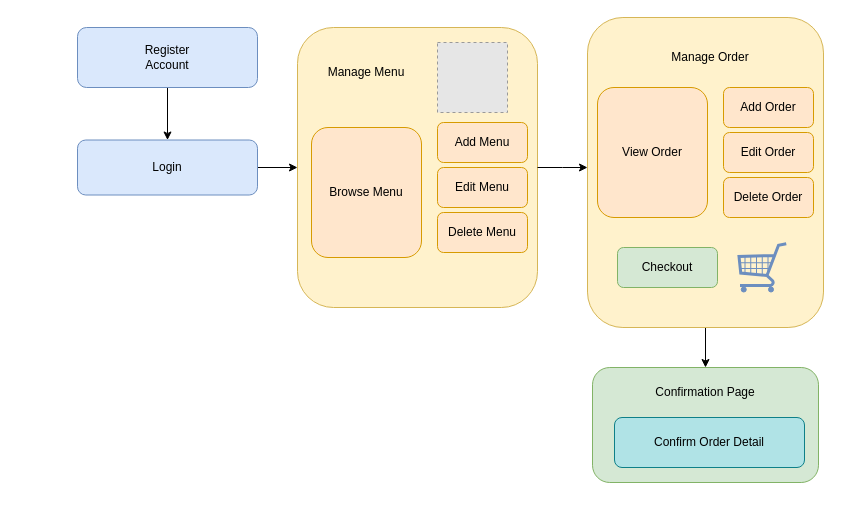
Before: page "Business Process Flow" (1 of 2) of Chicken.drawio in swara731/Uml-Diagrams, a draw.io diagram. Source tidied: cells renumbered, new cells numbered last; positions are measured from the earlier drawing's top-left corner, leaving out a move shared by most shapes. Both pictures are drawn from the tidied source at 100%, with x=0, y=0 at pixel (77, 17). Pictures stored in the file or linked from it are replaced by grey dashed boxes.
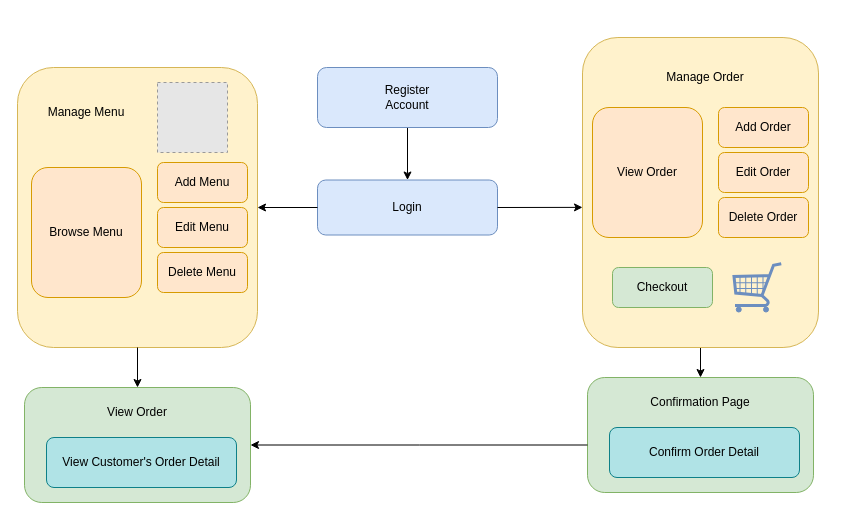
After the change.

Change to the diagram source:
```diff
@@
-    <mxCell id="2" style="edgeStyle=orthogonalEdgeStyle;rounded=0;jettySize=auto;html=1;entryX=0;entryY=0.5;entryDx=0;entryDy=0;" parent="1" edge="1" source="3" target="8">
-      <mxGeometry relative="1" as="geometry" />
-    </mxCell>
-    <mxCell id="3" style="rounded=1;whiteSpace=wrap;html=1;fillColor=#dae8fc;strokeColor=#6c8ebf;" parent="1" vertex="1">
-      <mxGeometry y="122.5" width="180" height="55" as="geometry" />
-    </mxCell>
-    <mxCell id="4" value="Login" style="text;html=1;strokeColor=none;fillColor=none;align=center;verticalAlign=middle;whiteSpace=wrap;rounded=0;" parent="1" vertex="1">
-      <mxGeometry x="60" y="135" width="60" height="30" as="geometry" />
-    </mxCell>
@@
-    <mxCell id="6" style="rounded=1;whiteSpace=wrap;html=1;fillColor=#dae8fc;strokeColor=#6c8ebf;" parent="1" vertex="1">
-      <mxGeometry y="10" width="180" height="60" as="geometry" />
-    </mxCell>
-    <mxCell id="7" value="Register Account" style="text;html=1;strokeColor=none;fillColor=none;align=center;verticalAlign=middle;whiteSpace=wrap;rounded=0;" parent="1" vertex="1">
-      <mxGeometry x="60" y="25" width="60" height="30" as="geometry" />
-    </mxCell>
-    <mxCell id="8" style="rounded=1;whiteSpace=wrap;html=1;fillColor=#fff2cc;strokeColor=#d6b656;" parent="1" vertex="1">
-      <mxGeometry x="220" y="10" width="240" height="280" as="geometry" />
-    </mxCell>
-    <mxCell id="9" value="Manage Menu" style="text;html=1;strokeColor=none;fillColor=none;align=center;verticalAlign=middle;whiteSpace=wrap;rounded=0;" parent="1" vertex="1">
-      <mxGeometry x="247" y="40" width="84" height="30" as="geometry" />
-    </mxCell>
@@
+    <mxCell id="29" style="group;" parent="1" vertex="1">
+      <mxGeometry x="510" y="360" width="226" height="115" as="geometry" />
+    </mxCell>
+    <mxCell id="26" style="rounded=1;whiteSpace=wrap;html=1;fillColor=#d5e8d4;strokeColor=#82b366;" parent="29" vertex="1">
+      <mxGeometry width="226" height="115" as="geometry" />
+    </mxCell>
+    <mxCell id="27" value="Confirmation Page" style="text;html=1;strokeColor=none;fillColor=none;align=center;verticalAlign=middle;whiteSpace=wrap;rounded=0;" parent="29" vertex="1">
+      <mxGeometry x="56" y="10" width="114" height="30" as="geometry" />
+    </mxCell>
+    <mxCell id="28" value="Confirm Order Detail" style="rounded=1;whiteSpace=wrap;html=1;fillColor=#b0e3e6;strokeColor=#0e8088;" parent="29" vertex="1">
+      <mxGeometry x="22" y="50" width="190" height="50" as="geometry" />
+    </mxCell>
+    <mxCell id="30" style="group;" parent="1" vertex="1">
+      <mxGeometry x="505" y="20" width="236" height="310" as="geometry" />
+    </mxCell>
-    <mxCell id="11" style="rounded=1;whiteSpace=wrap;html=1;fillColor=#fff2cc;strokeColor=#d6b656;" parent="1" vertex="1">
-      <mxGeometry x="510" width="236" height="310" as="geometry" />
+    <mxCell id="11" style="rounded=1;whiteSpace=wrap;html=1;fillColor=#fff2cc;strokeColor=#d6b656;" parent="30" vertex="1">
+      <mxGeometry width="236" height="310" as="geometry" />
     </mxCell>
-    <mxCell id="12" value="Manage Order" style="text;html=1;strokeColor=none;fillColor=none;align=center;verticalAlign=middle;whiteSpace=wrap;rounded=0;" parent="1" vertex="1">
-      <mxGeometry x="590" y="25" width="86" height="30" as="geometry" />
+    <mxCell id="12" value="Manage Order" style="text;html=1;strokeColor=none;fillColor=none;align=center;verticalAlign=middle;whiteSpace=wrap;rounded=0;" parent="30" vertex="1">
+      <mxGeometry x="80" y="25" width="86" height="30" as="geometry" />
     </mxCell>
-    <mxCell id="13" value="Browse Menu" style="rounded=1;whiteSpace=wrap;html=1;fillColor=#ffe6cc;strokeColor=#d79b00;" parent="1" vertex="1">
-      <mxGeometry x="234" y="110" width="110" height="130" as="geometry" />
-    </mxCell>
-    <mxCell id="14" value="Add Menu" style="rounded=1;whiteSpace=wrap;html=1;fillColor=#ffe6cc;strokeColor=#d79b00;" parent="1" vertex="1">
-      <mxGeometry x="360" y="105" width="90" height="40" as="geometry" />
-    </mxCell>
-    <mxCell id="15" value="Edit Menu" style="rounded=1;whiteSpace=wrap;html=1;fillColor=#ffe6cc;strokeColor=#d79b00;" parent="1" vertex="1">
-      <mxGeometry x="360" y="150" width="90" height="40" as="geometry" />
-    </mxCell>
-    <mxCell id="16" value="Delete Menu" style="rounded=1;whiteSpace=wrap;html=1;fillColor=#ffe6cc;strokeColor=#d79b00;" parent="1" vertex="1">
-      <mxGeometry x="360" y="195" width="90" height="40" as="geometry" />
-    </mxCell>
-    <mxCell id="17" value="View Order" style="rounded=1;whiteSpace=wrap;html=1;fillColor=#ffe6cc;strokeColor=#d79b00;" parent="1" vertex="1">
-      <mxGeometry x="520" y="70" width="110" height="130" as="geometry" />
+    <mxCell id="17" value="View Order" style="rounded=1;whiteSpace=wrap;html=1;fillColor=#ffe6cc;strokeColor=#d79b00;" parent="30" vertex="1">
+      <mxGeometry x="10" y="70" width="110" height="130" as="geometry" />
     </mxCell>
-    <mxCell id="18" value="Add Order" style="rounded=1;whiteSpace=wrap;html=1;fillColor=#ffe6cc;strokeColor=#d79b00;" parent="1" vertex="1">
-      <mxGeometry x="646" y="70" width="90" height="40" as="geometry" />
+    <mxCell id="18" value="Add Order" style="rounded=1;whiteSpace=wrap;html=1;fillColor=#ffe6cc;strokeColor=#d79b00;" parent="30" vertex="1">
+      <mxGeometry x="136" y="70" width="90" height="40" as="geometry" />
     </mxCell>
-    <mxCell id="19" value="Edit Order" style="rounded=1;whiteSpace=wrap;html=1;fillColor=#ffe6cc;strokeColor=#d79b00;" parent="1" vertex="1">
-      <mxGeometry x="646" y="115" width="90" height="40" as="geometry" />
+    <mxCell id="19" value="Edit Order" style="rounded=1;whiteSpace=wrap;html=1;fillColor=#ffe6cc;strokeColor=#d79b00;" parent="30" vertex="1">
+      <mxGeometry x="136" y="115" width="90" height="40" as="geometry" />
     </mxCell>
-    <mxCell id="20" value="Delete Order" style="rounded=1;whiteSpace=wrap;html=1;fillColor=#ffe6cc;strokeColor=#d79b00;" parent="1" vertex="1">
-      <mxGeometry x="646" y="160" width="90" height="40" as="geometry" />
+    <mxCell id="20" value="Delete Order" style="rounded=1;whiteSpace=wrap;html=1;fillColor=#ffe6cc;strokeColor=#d79b00;" parent="30" vertex="1">
+      <mxGeometry x="136" y="160" width="90" height="40" as="geometry" />
     </mxCell>
-    <mxCell id="21" value="Checkout" style="rounded=1;whiteSpace=wrap;html=1;fillColor=#d5e8d4;strokeColor=#82b366;" parent="1" vertex="1">
-      <mxGeometry x="540" y="230" width="100" height="40" as="geometry" />
+    <mxCell id="21" value="Checkout" style="rounded=1;whiteSpace=wrap;html=1;fillColor=#d5e8d4;strokeColor=#82b366;" parent="30" vertex="1">
+      <mxGeometry x="30" y="230" width="100" height="40" as="geometry" />
     </mxCell>
-    <mxCell id="22" style="edgeStyle=orthogonalEdgeStyle;rounded=0;jettySize=auto;html=1;" parent="1" edge="1" source="8">
-      <mxGeometry relative="1" as="geometry">
-        <mxPoint x="510" y="150" as="targetPoint" />
-      </mxGeometry>
-    </mxCell>
-    <mxCell id="23" style="verticalLabelPosition=bottom;shadow=0;dashed=0;align=center;html=1;verticalAlign=top;strokeWidth=1;shape=mxgraph.mockup.misc.shoppingCart;strokeColor=#6c8ebf;fillColor=#dae8fc;" parent="1" vertex="1">
-      <mxGeometry x="660" y="225" width="50" height="50" as="geometry" />
+    <mxCell id="23" style="verticalLabelPosition=bottom;shadow=0;dashed=0;align=center;html=1;verticalAlign=top;strokeWidth=1;shape=mxgraph.mockup.misc.shoppingCart;strokeColor=#6c8ebf;fillColor=#dae8fc;" parent="30" vertex="1">
+      <mxGeometry x="150" y="225" width="50" height="50" as="geometry" />
     </mxCell>
-    <mxCell id="24" style="edgeStyle=orthogonalEdgeStyle;rounded=0;orthogonalLoop=1;jettySize=auto;html=1;exitX=0.5;exitY=1;exitDx=0;exitDy=0;" parent="1" edge="1" source="11" target="11">
+    <mxCell id="24" style="edgeStyle=orthogonalEdgeStyle;rounded=0;orthogonalLoop=1;jettySize=auto;html=1;exitX=0.5;exitY=1;exitDx=0;exitDy=0;" parent="30" edge="1" source="11" target="11">
       <mxGeometry relative="1" as="geometry" />
     </mxCell>
+    <mxCell id="31" style="group;" parent="1" vertex="1">
+      <mxGeometry x="-60" y="50" width="240" height="280" as="geometry" />
+    </mxCell>
+    <mxCell id="8" style="rounded=1;whiteSpace=wrap;html=1;fillColor=#fff2cc;strokeColor=#d6b656;" parent="31" vertex="1">
+      <mxGeometry width="240" height="280" as="geometry" />
+    </mxCell>
+    <mxCell id="9" value="Manage Menu" style="text;html=1;strokeColor=none;fillColor=none;align=center;verticalAlign=middle;whiteSpace=wrap;rounded=0;" parent="31" vertex="1">
+      <mxGeometry x="27" y="30" width="84" height="30" as="geometry" />
+    </mxCell>
+    <mxCell id="13" value="Browse Menu" style="rounded=1;whiteSpace=wrap;html=1;fillColor=#ffe6cc;strokeColor=#d79b00;" parent="31" vertex="1">
+      <mxGeometry x="14" y="100" width="110" height="130" as="geometry" />
+    </mxCell>
+    <mxCell id="14" value="Add Menu" style="rounded=1;whiteSpace=wrap;html=1;fillColor=#ffe6cc;strokeColor=#d79b00;" parent="31" vertex="1">
+      <mxGeometry x="140" y="95" width="90" height="40" as="geometry" />
+    </mxCell>
+    <mxCell id="15" value="Edit Menu" style="rounded=1;whiteSpace=wrap;html=1;fillColor=#ffe6cc;strokeColor=#d79b00;" parent="31" vertex="1">
+      <mxGeometry x="140" y="140" width="90" height="40" as="geometry" />
+    </mxCell>
+    <mxCell id="16" value="Delete Menu" style="rounded=1;whiteSpace=wrap;html=1;fillColor=#ffe6cc;strokeColor=#d79b00;" parent="31" vertex="1">
+      <mxGeometry x="140" y="185" width="90" height="40" as="geometry" />
+    </mxCell>
-    <mxCell id="25" style="fillColor=#E6E6E6;strokeColor=#999999;dashed=1;html=1;verticalAlign=top;verticalLabelPosition=bottom;labelBackgroundColor=#ffffff;" parent="1" vertex="1">
-      <mxGeometry x="360" y="25" width="70" height="70" as="geometry" />
+    <mxCell id="25" style="fillColor=#E6E6E6;strokeColor=#999999;dashed=1;html=1;verticalAlign=top;verticalLabelPosition=bottom;labelBackgroundColor=#ffffff;" parent="31" vertex="1">
+      <mxGeometry x="140" y="15" width="70" height="70" as="geometry" />
     </mxCell>
-    <mxCell id="26" style="rounded=1;whiteSpace=wrap;html=1;fillColor=#d5e8d4;strokeColor=#82b366;" parent="1" vertex="1">
-      <mxGeometry x="515" y="350" width="226" height="115" as="geometry" />
-    </mxCell>
-    <mxCell id="27" value="Confirmation Page" style="text;html=1;strokeColor=none;fillColor=none;align=center;verticalAlign=middle;whiteSpace=wrap;rounded=0;" parent="1" vertex="1">
-      <mxGeometry x="571" y="360" width="114" height="30" as="geometry" />
-    </mxCell>
-    <mxCell id="28" value="Confirm Order Detail" style="rounded=1;whiteSpace=wrap;html=1;fillColor=#b0e3e6;strokeColor=#0e8088;" parent="1" vertex="1">
-      <mxGeometry x="537" y="400" width="190" height="50" as="geometry" />
-    </mxCell>
+    <mxCell id="32" style="group;" parent="1" vertex="1">
+      <mxGeometry x="240" y="50" width="180" height="60" as="geometry" />
+    </mxCell>
+    <mxCell id="6" style="rounded=1;whiteSpace=wrap;html=1;fillColor=#dae8fc;strokeColor=#6c8ebf;" parent="32" vertex="1">
+      <mxGeometry width="180" height="60" as="geometry" />
+    </mxCell>
+    <mxCell id="7" value="Register Account" style="text;html=1;strokeColor=none;fillColor=none;align=center;verticalAlign=middle;whiteSpace=wrap;rounded=0;" parent="32" vertex="1">
+      <mxGeometry x="60" y="15" width="60" height="30" as="geometry" />
+    </mxCell>
+    <mxCell id="33" style="group;" parent="1" vertex="1">
+      <mxGeometry x="240" y="162.5" width="180" height="55" as="geometry" />
+    </mxCell>
+    <mxCell id="3" style="rounded=1;whiteSpace=wrap;html=1;fillColor=#dae8fc;strokeColor=#6c8ebf;" parent="33" vertex="1">
+      <mxGeometry width="180" height="55" as="geometry" />
+    </mxCell>
+    <mxCell id="4" value="Login" style="text;html=1;strokeColor=none;fillColor=none;align=center;verticalAlign=middle;whiteSpace=wrap;rounded=0;" parent="33" vertex="1">
+      <mxGeometry x="60" y="12.5" width="60" height="30" as="geometry" />
+    </mxCell>
+    <mxCell id="34" style="group;" parent="1" vertex="1">
+      <mxGeometry x="-53" y="370" width="226" height="115" as="geometry" />
+    </mxCell>
+    <mxCell id="35" style="rounded=1;whiteSpace=wrap;html=1;fillColor=#d5e8d4;strokeColor=#82b366;" parent="34" vertex="1">
+      <mxGeometry width="226" height="115" as="geometry" />
+    </mxCell>
+    <mxCell id="36" value="View Order" style="text;html=1;strokeColor=none;fillColor=none;align=center;verticalAlign=middle;whiteSpace=wrap;rounded=0;" parent="34" vertex="1">
+      <mxGeometry x="56" y="10" width="114" height="30" as="geometry" />
+    </mxCell>
+    <mxCell id="37" value="View Customer's Order Detail" style="rounded=1;whiteSpace=wrap;html=1;fillColor=#b0e3e6;strokeColor=#0e8088;" parent="34" vertex="1">
+      <mxGeometry x="22" y="50" width="190" height="50" as="geometry" />
+    </mxCell>
+    <mxCell id="38" style="edgeStyle=orthogonalEdgeStyle;rounded=0;jettySize=auto;html=1;entryX=0.5;entryY=0;entryDx=0;entryDy=0;" parent="1" edge="1" source="8" target="35">
+      <mxGeometry relative="1" as="geometry" />
+    </mxCell>
+    <mxCell id="2" style="edgeStyle=orthogonalEdgeStyle;rounded=0;jettySize=auto;html=1;entryX=1;entryY=0.5;entryDx=0;entryDy=0;" parent="1" edge="1" source="3" target="8">
+      <mxGeometry relative="1" as="geometry" />
+    </mxCell>
+    <mxCell id="39" style="rounded=0;jettySize=auto;html=1;entryX=0;entryY=0.548;entryDx=0;entryDy=0;exitX=1;exitY=0.5;exitDx=0;exitDy=0;entryPerimeter=0;" parent="1" edge="1" source="3" target="11">
+      <mxGeometry relative="1" as="geometry" />
+    </mxCell>
+    <mxCell id="40" style="edgeStyle=orthogonalEdgeStyle;rounded=0;jettySize=auto;html=1;entryX=1;entryY=0.5;entryDx=0;entryDy=0;" parent="1" edge="1" source="26" target="35">
+      <mxGeometry relative="1" as="geometry">
+        <Array as="points">
+          <mxPoint x="342" y="428" />
+        </Array>
+      </mxGeometry>
+    </mxCell>
```
